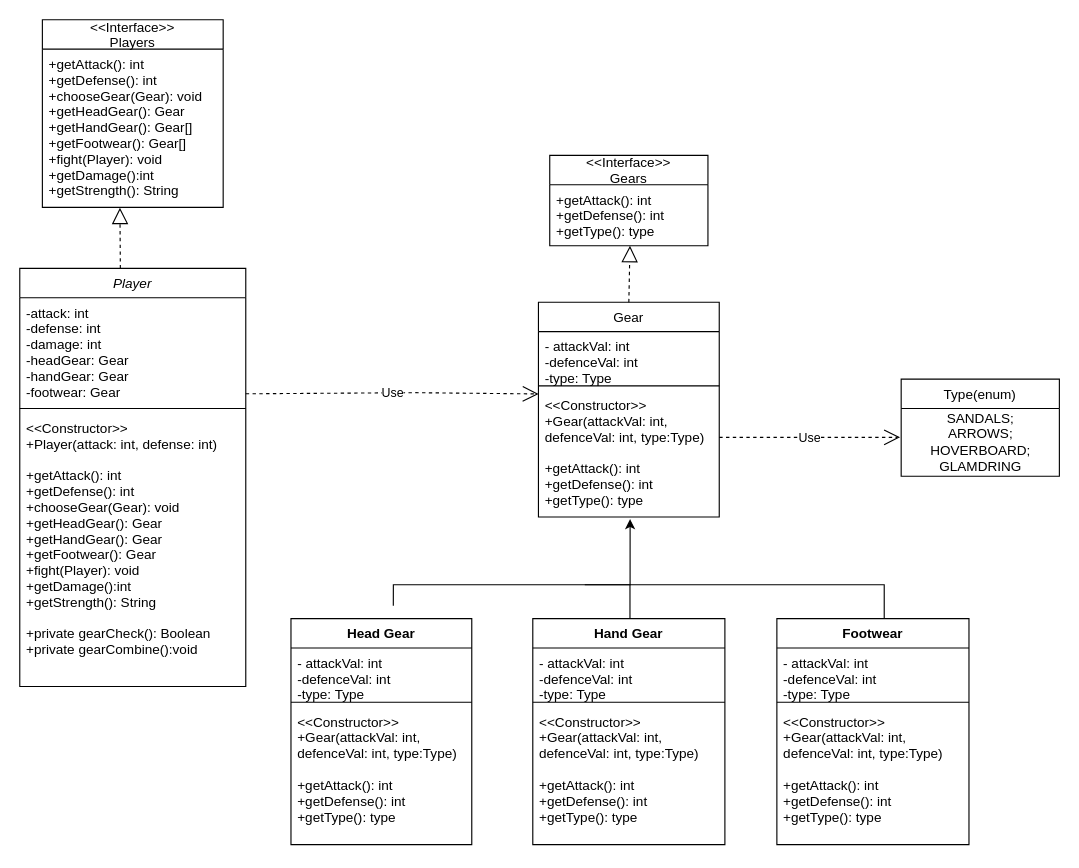
Earlier version of the draw.io diagram Untitled Diagram.drawio (zj-yan/Luc). Source tidied: cells renumbered, new cells numbered last; positions are measured from the earlier drawing's top-left corner, leaving out a move shared by most shapes. Both pictures are drawn from the tidied source at 113%, with x=0, y=0 at pixel (19, 19).
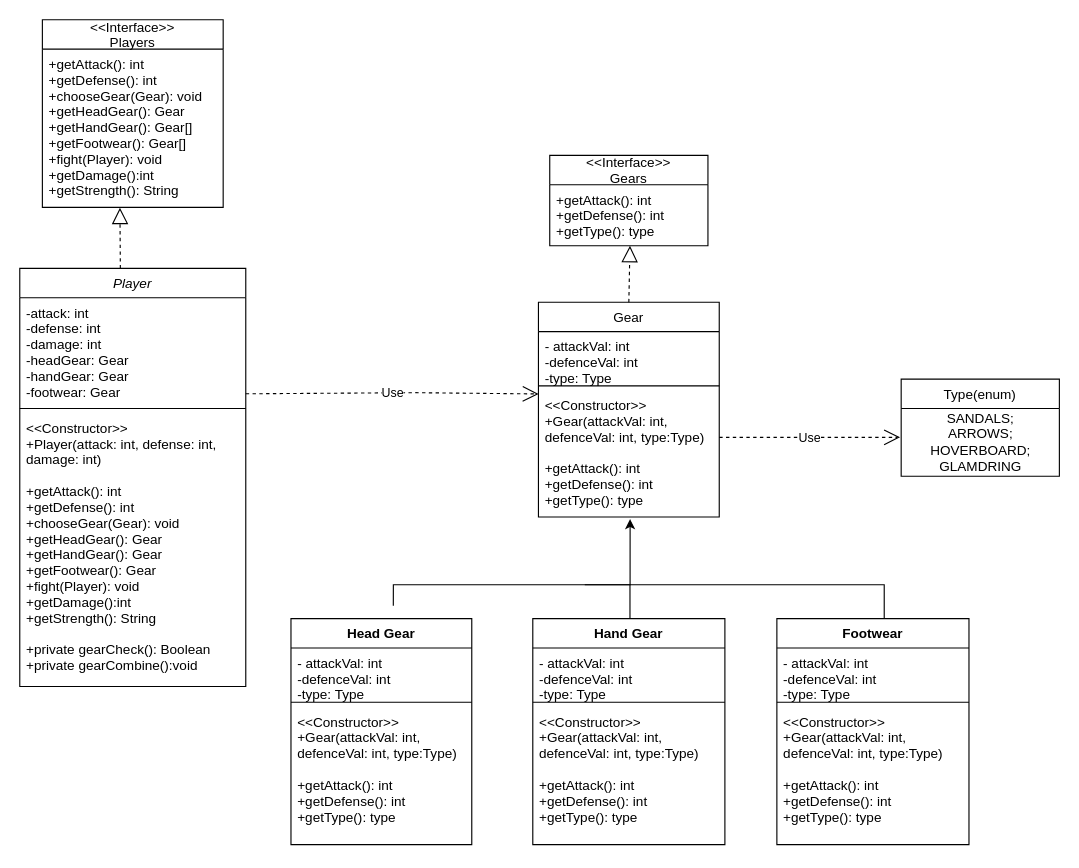
The same page after the edit.

Unchanged cells that the change refers to:
```xml
<mxCell id="2" value="Player" style="swimlane;fontStyle=2;align=center;verticalAlign=top;horizontal=1;startSize=26;rounded=0;shadow=0;strokeWidth=1;" parent="1" vertex="1">
  <mxGeometry y="220" width="200" height="370" as="geometry" />
</mxCell>
```

Change to the diagram source:
```diff
@@
-    <mxCell id="5" value="&lt;&lt;Constructor&gt;&gt;&#10;+Player(attack: int, defense: int)&#10;&#10;+getAttack(): int&#10;+getDefense(): int&#10;+chooseGear(Gear): void&#10;+getHeadGear(): Gear&#10;+getHandGear(): Gear&#10;+getFootwear(): Gear&#10;+fight(Player): void&#10;+getDamage():int&#10;+getStrength(): String&#10;&#10;+private gearCheck(): Boolean&#10;+private gearCombine():void" style="text;align=left;verticalAlign=top;spacingLeft=4;spacingRight=4;overflow=hidden;rounded=0;shadow=0;html=0;" parent="2" vertex="1">
+    <mxCell id="5" value="&lt;&lt;Constructor&gt;&gt;&#10;+Player(attack: int, defense: int,&#10;damage: int)&#10;&#10;+getAttack(): int&#10;+getDefense(): int&#10;+chooseGear(Gear): void&#10;+getHeadGear(): Gear&#10;+getHandGear(): Gear&#10;+getFootwear(): Gear&#10;+fight(Player): void&#10;+getDamage():int&#10;+getStrength(): String&#10;&#10;+private gearCheck(): Boolean&#10;+private gearCombine():void" style="text;align=left;verticalAlign=top;spacingLeft=4;spacingRight=4;overflow=hidden;rounded=0;shadow=0;html=0;" parent="2" vertex="1">
       <mxGeometry y="128" width="200" height="242" as="geometry" />
     </mxCell>
```
